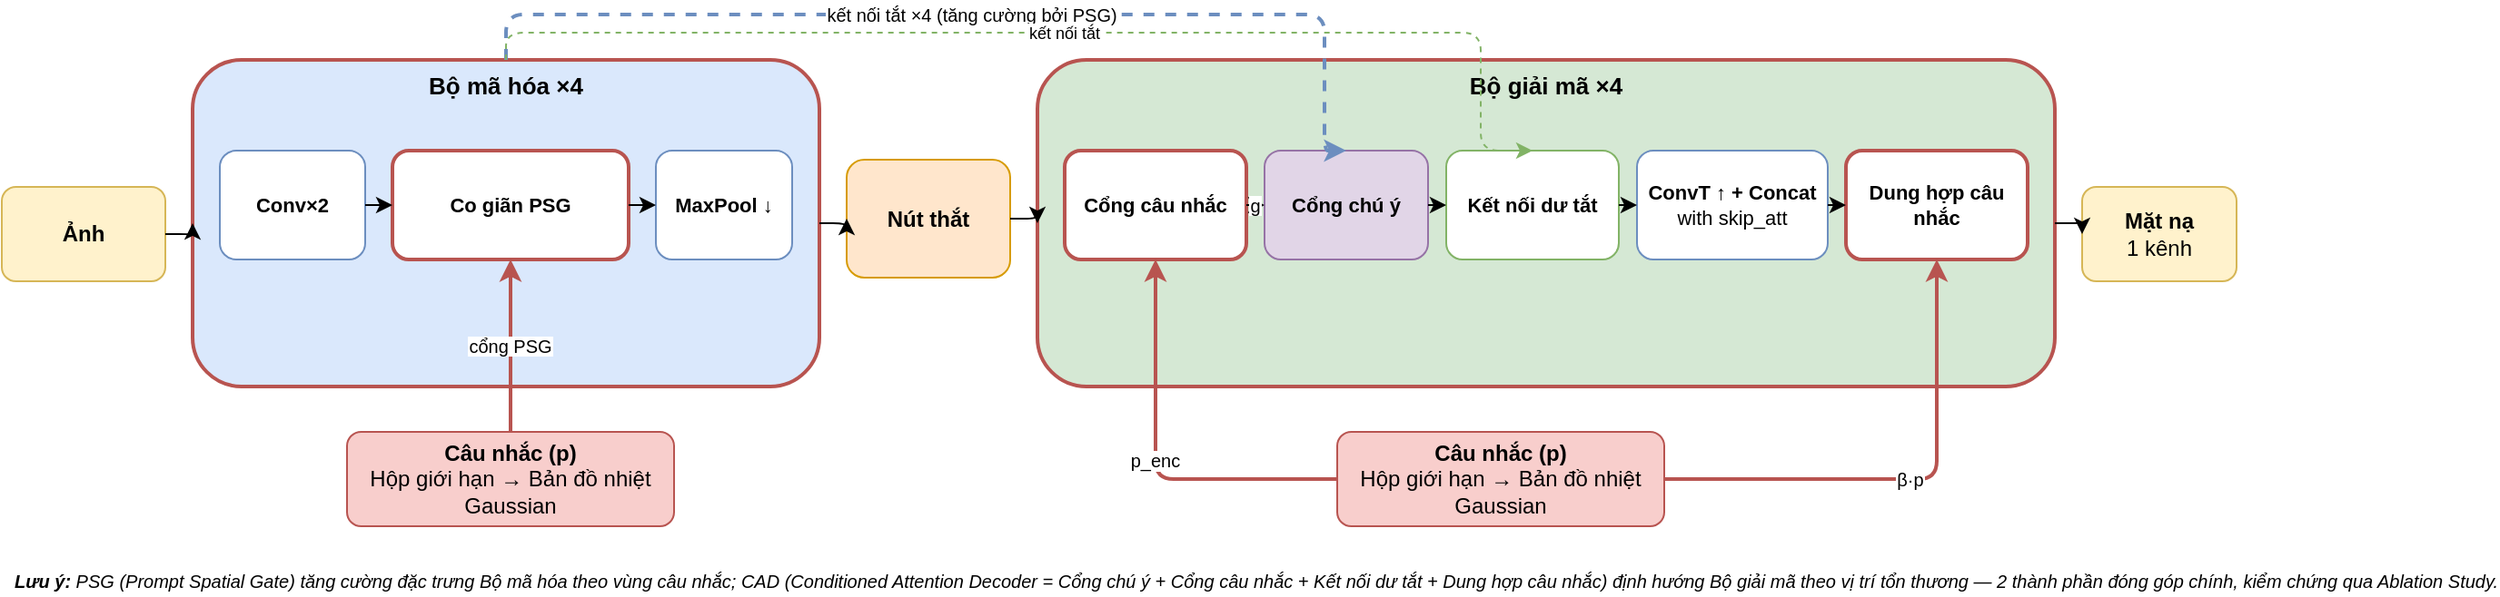
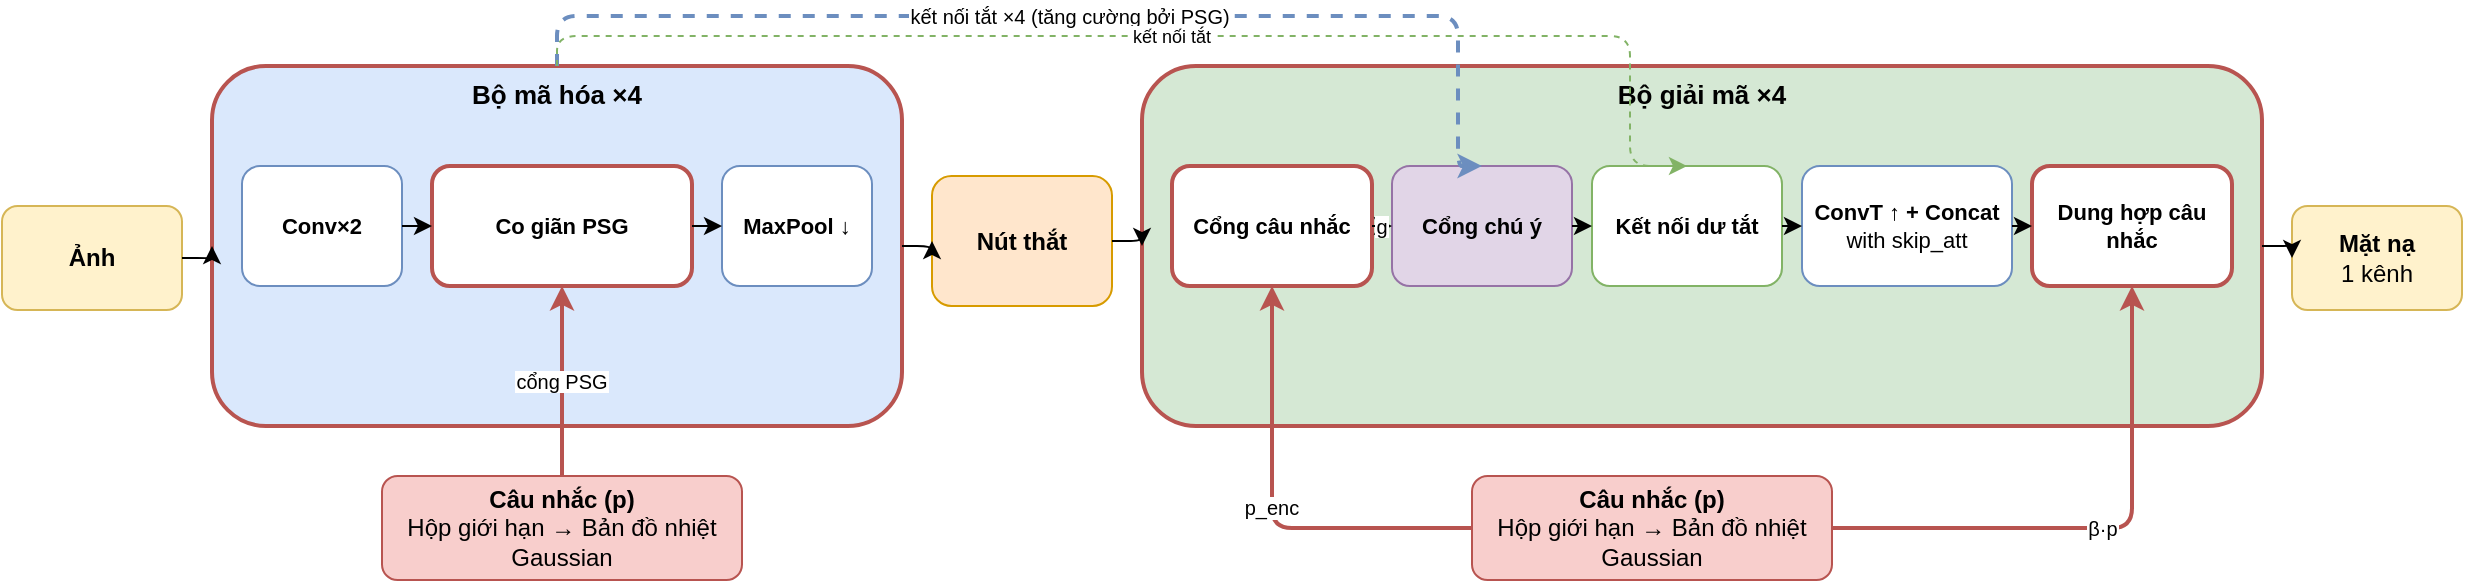
<mxfile host="65bd71144e">
    <diagram name="3. PGA-UNet" id="pgaunet2d">
-         <mxGraphModel dx="1042" dy="251" grid="1" gridSize="10" guides="1" tooltips="1" connect="1" arrows="1" fold="1" page="1" pageScale="1" pageWidth="1280" pageHeight="365" math="0" shadow="0">
+         <mxGraphModel dx="394" dy="247" grid="1" gridSize="10" guides="1" tooltips="1" connect="1" arrows="1" fold="1" page="1" pageScale="1" pageWidth="1280" pageHeight="365" math="0" shadow="0">
            <root>
                <mxCell id="0"/>
                <mxCell id="1" parent="0"/>
                <mxCell id="inp" value="&lt;b&gt;Ảnh&lt;/b&gt;" style="rounded=1;whiteSpace=wrap;html=1;fillColor=#fff2cc;strokeColor=#d6b656;fontSize=12;" parent="1" vertex="1">
                    <mxGeometry x="15" y="105" width="90" height="52" as="geometry"/>
                </mxCell>
                <mxCell id="enc_box" value="&lt;b&gt;Bộ mã hóa ×4&lt;/b&gt;" style="rounded=1;whiteSpace=wrap;html=1;fillColor=#dae8fc;strokeColor=#b85450;strokeWidth=2;fontSize=13;verticalAlign=top;align=center;" parent="1" vertex="1">
                    <mxGeometry x="120" y="35" width="345" height="180" as="geometry"/>
                </mxCell>
                <mxCell id="e_conv" value="&lt;b&gt;Conv×2&lt;/b&gt;" style="rounded=1;whiteSpace=wrap;html=1;fillColor=#ffffff;strokeColor=#6c8ebf;fontSize=11;" parent="enc_box" vertex="1">
                    <mxGeometry x="15" y="50" width="80" height="60" as="geometry"/>
                </mxCell>
                <mxCell id="e_scale" value="&lt;b&gt;Co giãn PSG&lt;/b&gt;" style="rounded=1;whiteSpace=wrap;html=1;fillColor=#ffffff;strokeColor=#b85450;strokeWidth=2;fontSize=11;" parent="enc_box" vertex="1">
                    <mxGeometry x="110" y="50" width="130" height="60" as="geometry"/>
                </mxCell>
                <mxCell id="e_pool" value="&lt;b&gt;MaxPool ↓&lt;/b&gt;" style="rounded=1;whiteSpace=wrap;html=1;fillColor=#ffffff;strokeColor=#6c8ebf;fontSize=11;" parent="enc_box" vertex="1">
                    <mxGeometry x="255" y="50" width="75" height="60" as="geometry"/>
                </mxCell>
                <mxCell id="se1" value="" style="edgeStyle=orthogonalEdgeStyle;exitX=1;exitY=0.5;exitDx=0;exitDy=0;entryX=0;entryY=0.5;entryDx=0;entryDy=0;" parent="enc_box" source="e_conv" target="e_scale" edge="1">
                    <mxGeometry relative="1" as="geometry"/>
                </mxCell>
                <mxCell id="se2" value="" style="edgeStyle=orthogonalEdgeStyle;exitX=1;exitY=0.5;exitDx=0;exitDy=0;entryX=0;entryY=0.5;entryDx=0;entryDy=0;" parent="enc_box" source="e_scale" target="e_pool" edge="1">
                    <mxGeometry relative="1" as="geometry"/>
                </mxCell>
                <mxCell id="bn" value="&lt;b&gt;Nút thắt&lt;/b&gt;" style="rounded=1;whiteSpace=wrap;html=1;fillColor=#ffe6cc;strokeColor=#d79b00;fontSize=12;" parent="1" vertex="1">
                    <mxGeometry x="480" y="90" width="90" height="65" as="geometry"/>
                </mxCell>
                <mxCell id="dec_box" value="&lt;b&gt;Bộ giải mã ×4&lt;/b&gt;" style="rounded=1;whiteSpace=wrap;html=1;fillColor=#d5e8d4;strokeColor=#b85450;strokeWidth=2;fontSize=13;verticalAlign=top;align=center;" parent="1" vertex="1">
                    <mxGeometry x="585" y="35" width="560" height="180" as="geometry"/>
                </mxCell>
                <mxCell id="d_gfuse" value="&lt;b&gt;Cổng câu nhắc&lt;/b&gt;" style="rounded=1;whiteSpace=wrap;html=1;fillColor=#ffffff;strokeColor=#b85450;strokeWidth=2;fontSize=11;" parent="dec_box" vertex="1">
                    <mxGeometry x="15" y="50" width="100" height="60" as="geometry"/>
                </mxCell>
                <mxCell id="d_ag" value="&lt;b&gt;Cổng chú ý&lt;/b&gt;" style="rounded=1;whiteSpace=wrap;html=1;fillColor=#e1d5e7;strokeColor=#9673a6;fontSize=11;" parent="dec_box" vertex="1">
                    <mxGeometry x="125" y="50" width="90" height="60" as="geometry"/>
                </mxCell>
                <mxCell id="d_residual" value="&lt;b&gt;Kết nối dư tắt&lt;/b&gt;" style="rounded=1;whiteSpace=wrap;html=1;fillColor=#ffffff;strokeColor=#82b366;fontSize=11;" parent="dec_box" vertex="1">
                    <mxGeometry x="225" y="50" width="95" height="60" as="geometry"/>
                </mxCell>
                <mxCell id="d_merge" value="&lt;b&gt;ConvT ↑ + Concat&lt;/b&gt;&lt;br&gt;with skip_att" style="rounded=1;whiteSpace=wrap;html=1;fillColor=#ffffff;strokeColor=#6c8ebf;fontSize=11;" parent="dec_box" vertex="1">
                    <mxGeometry x="330" y="50" width="105" height="60" as="geometry"/>
                </mxCell>
                <mxCell id="d_add" value="&lt;b&gt;Dung hợp câu nhắc&lt;/b&gt;" style="rounded=1;whiteSpace=wrap;html=1;fillColor=#ffffff;strokeColor=#b85450;strokeWidth=2;fontSize=11;" parent="dec_box" vertex="1">
                    <mxGeometry x="445" y="50" width="100" height="60" as="geometry"/>
                </mxCell>
                <mxCell id="sd1" value="g" style="edgeStyle=orthogonalEdgeStyle;exitX=1;exitY=0.5;exitDx=0;exitDy=0;entryX=0;entryY=0.5;entryDx=0;entryDy=0;fontSize=10;labelBackgroundColor=#ffffff;" parent="dec_box" source="d_gfuse" target="d_ag" edge="1">
                    <mxGeometry relative="1" as="geometry"/>
                </mxCell>
                <mxCell id="sd2" value="" style="edgeStyle=orthogonalEdgeStyle;exitX=1;exitY=0.5;exitDx=0;exitDy=0;entryX=0;entryY=0.5;entryDx=0;entryDy=0;" parent="dec_box" source="d_ag" target="d_residual" edge="1">
                    <mxGeometry relative="1" as="geometry"/>
                </mxCell>
                <mxCell id="sd3" value="" style="edgeStyle=orthogonalEdgeStyle;exitX=1;exitY=0.5;exitDx=0;exitDy=0;entryX=0;entryY=0.5;entryDx=0;entryDy=0;" parent="dec_box" source="d_residual" target="d_merge" edge="1">
                    <mxGeometry relative="1" as="geometry"/>
                </mxCell>
                <mxCell id="sd4" value="" style="edgeStyle=orthogonalEdgeStyle;exitX=1;exitY=0.5;exitDx=0;exitDy=0;entryX=0;entryY=0.5;entryDx=0;entryDy=0;" parent="dec_box" source="d_merge" target="d_add" edge="1">
                    <mxGeometry relative="1" as="geometry"/>
                </mxCell>
                <mxCell id="out" value="&lt;b&gt;Mặt nạ&lt;/b&gt;&lt;br&gt;1 kênh" style="rounded=1;whiteSpace=wrap;html=1;fillColor=#fff2cc;strokeColor=#d6b656;fontSize=12;" parent="1" vertex="1">
                    <mxGeometry x="1160" y="105" width="85" height="52" as="geometry"/>
                </mxCell>
                <mxCell id="f1" value="" style="edgeStyle=orthogonalEdgeStyle;exitX=1;exitY=0.5;exitDx=0;exitDy=0;entryX=0;entryY=0.5;entryDx=0;entryDy=0;" parent="1" source="inp" target="enc_box" edge="1">
                    <mxGeometry relative="1" as="geometry"/>
                </mxCell>
                <mxCell id="f2" value="" style="edgeStyle=orthogonalEdgeStyle;exitX=1;exitY=0.5;exitDx=0;exitDy=0;entryX=0;entryY=0.5;entryDx=0;entryDy=0;" parent="1" source="enc_box" target="bn" edge="1">
                    <mxGeometry relative="1" as="geometry"/>
                </mxCell>
                <mxCell id="f3" value="" style="edgeStyle=orthogonalEdgeStyle;exitX=1;exitY=0.5;exitDx=0;exitDy=0;entryX=0;entryY=0.5;entryDx=0;entryDy=0;" parent="1" source="bn" target="dec_box" edge="1">
                    <mxGeometry relative="1" as="geometry"/>
                </mxCell>
                <mxCell id="f4" value="" style="edgeStyle=orthogonalEdgeStyle;exitX=1;exitY=0.5;exitDx=0;exitDy=0;entryX=0;entryY=0.5;entryDx=0;entryDy=0;" parent="1" source="dec_box" target="out" edge="1">
                    <mxGeometry relative="1" as="geometry"/>
                </mxCell>
                <mxCell id="skip" value="kết nối tắt ×4 (tăng cường bởi PSG)" style="edgeStyle=orthogonalEdgeStyle;dashed=1;strokeColor=#6c8ebf;strokeWidth=2;fontSize=10;exitX=0.5;exitY=0;exitDx=0;exitDy=0;entryX=0.5;entryY=0;entryDx=0;entryDy=0;labelBackgroundColor=#ffffff;" parent="1" source="enc_box" target="d_ag" edge="1">
                    <mxGeometry relative="1" as="geometry">
                        <Array as="points">
                            <mxPoint x="292" y="10"/>
                            <mxPoint x="743" y="10"/>
                        </Array>
                    </mxGeometry>
                </mxCell>
                <mxCell id="skip_res" value="kết nối tắt" style="edgeStyle=orthogonalEdgeStyle;dashed=1;strokeColor=#82b366;strokeWidth=1;fontSize=9;exitX=0.5;exitY=0;exitDx=0;exitDy=0;entryX=0.5;entryY=0;entryDx=0;entryDy=0;labelBackgroundColor=#ffffff;" parent="1" source="enc_box" target="d_residual" edge="1">
                    <mxGeometry relative="1" as="geometry">
                        <Array as="points">
                            <mxPoint x="293" y="20"/>
                            <mxPoint x="829" y="20"/>
                        </Array>
                    </mxGeometry>
                </mxCell>
                <mxCell id="prm_enc" value="&lt;b&gt;Câu nhắc (p)&lt;/b&gt;&lt;br&gt;Hộp giới hạn → Bản đồ nhiệt Gaussian" style="rounded=1;whiteSpace=wrap;html=1;fillColor=#f8cecc;strokeColor=#b85450;fontSize=12;" parent="1" vertex="1">
                    <mxGeometry x="205" y="240" width="180" height="52" as="geometry"/>
                </mxCell>
                <mxCell id="prm_dec" value="&lt;b&gt;Câu nhắc (p)&lt;/b&gt;&lt;br&gt;Hộp giới hạn → Bản đồ nhiệt Gaussian" style="rounded=1;whiteSpace=wrap;html=1;fillColor=#f8cecc;strokeColor=#b85450;fontSize=12;" parent="1" vertex="1">
                    <mxGeometry x="750" y="240" width="180" height="52" as="geometry"/>
                </mxCell>
                <mxCell id="pp_psg" value="cổng PSG" style="edgeStyle=orthogonalEdgeStyle;strokeColor=#b85450;strokeWidth=2;fontSize=10;exitX=0.5;exitY=0;exitDx=0;exitDy=0;entryX=0.5;entryY=1;entryDx=0;entryDy=0;labelBackgroundColor=#ffffff;" parent="1" source="prm_enc" target="e_scale" edge="1">
                    <mxGeometry relative="1" as="geometry"/>
                </mxCell>
                <mxCell id="pp_gfused" value="p_enc" style="edgeStyle=orthogonalEdgeStyle;strokeColor=#b85450;strokeWidth=2;fontSize=10;exitX=0;exitY=0.5;exitDx=0;exitDy=0;entryX=0.5;entryY=1;entryDx=0;entryDy=0;labelBackgroundColor=#ffffff;" parent="1" source="prm_dec" target="d_gfuse" edge="1">
                    <mxGeometry relative="1" as="geometry"/>
                </mxCell>
                <mxCell id="pp_beta" value="β·p" style="edgeStyle=orthogonalEdgeStyle;strokeColor=#b85450;strokeWidth=2;fontSize=10;exitX=1;exitY=0.5;exitDx=0;exitDy=0;entryX=0.5;entryY=1;entryDx=0;entryDy=0;labelBackgroundColor=#ffffff;" parent="1" source="prm_dec" target="d_add" edge="1">
                    <mxGeometry relative="1" as="geometry"/>
                </mxCell>
-                 <mxCell id="note" value="&lt;b&gt;Lưu ý:&lt;/b&gt; PSG (Prompt Spatial Gate) tăng cường đặc trưng Bộ mã hóa theo vùng câu nhắc; CAD (Conditioned Attention Decoder = Cổng chú ý + Cổng câu nhắc + Kết nối dư tắt + Dung hợp câu nhắc) định hướng Bộ giải mã theo vị trí tổn thương — 2 thành phần đóng góp chính, kiểm chứng qua Ablation Study." style="text;html=1;align=left;fontSize=10;strokeColor=none;fillColor=none;fontStyle=2;" parent="1" vertex="1">
-                     <mxGeometry x="20" y="310" width="1000" height="20" as="geometry"/>
-                 </mxCell>
            </root>
        </mxGraphModel>
    </diagram>
</mxfile>